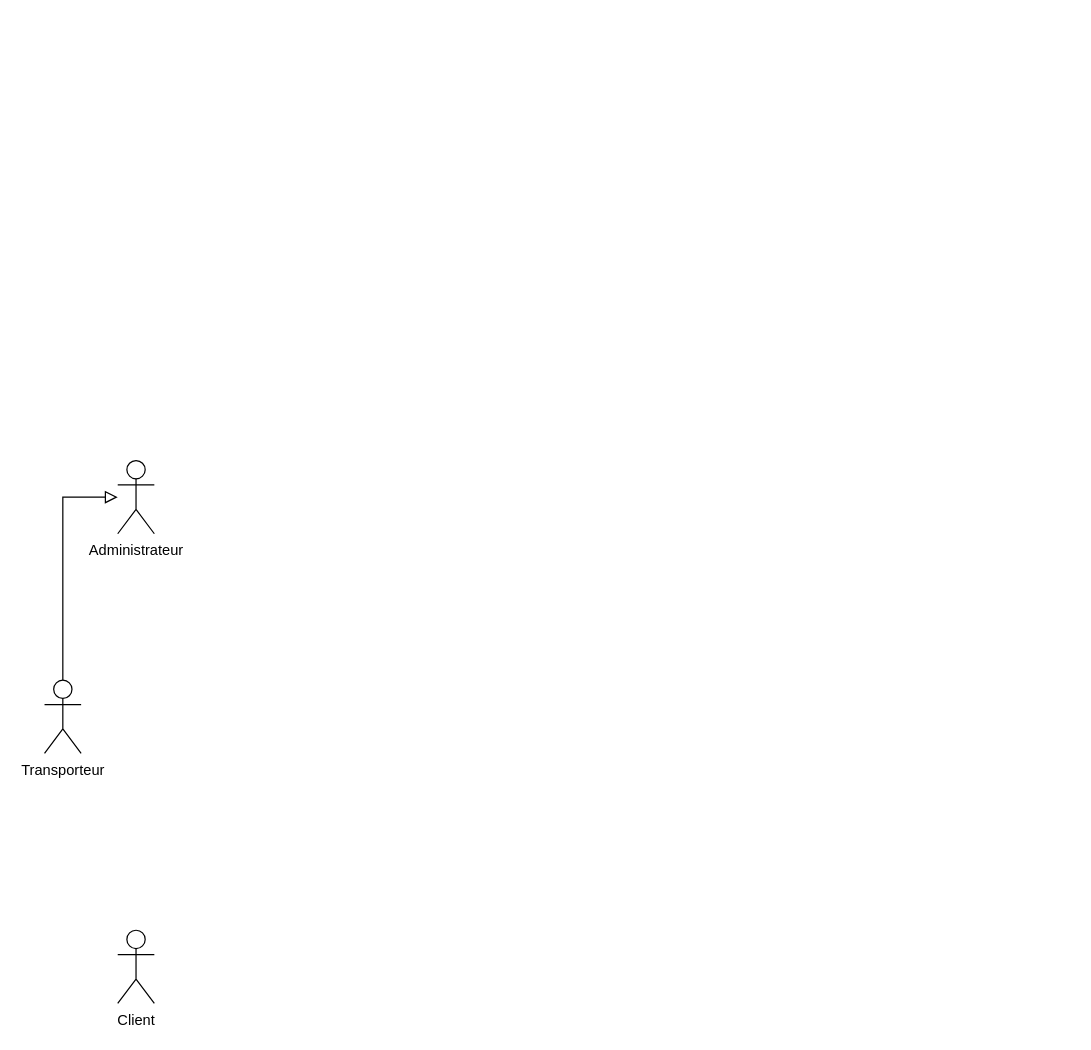
kbvac/Diagramme-UML keeps this draw.io diagram as Diagrame-projet-fin-etude.drawio. Above is the earlier version. Source tidied: cells renumbered, new cells numbered last; positions are measured from the earlier drawing's top-left corner, leaving out a move shared by most shapes. Both pictures are drawn from the tidied source at 122%, with x=0, y=0 at pixel (44, 460).
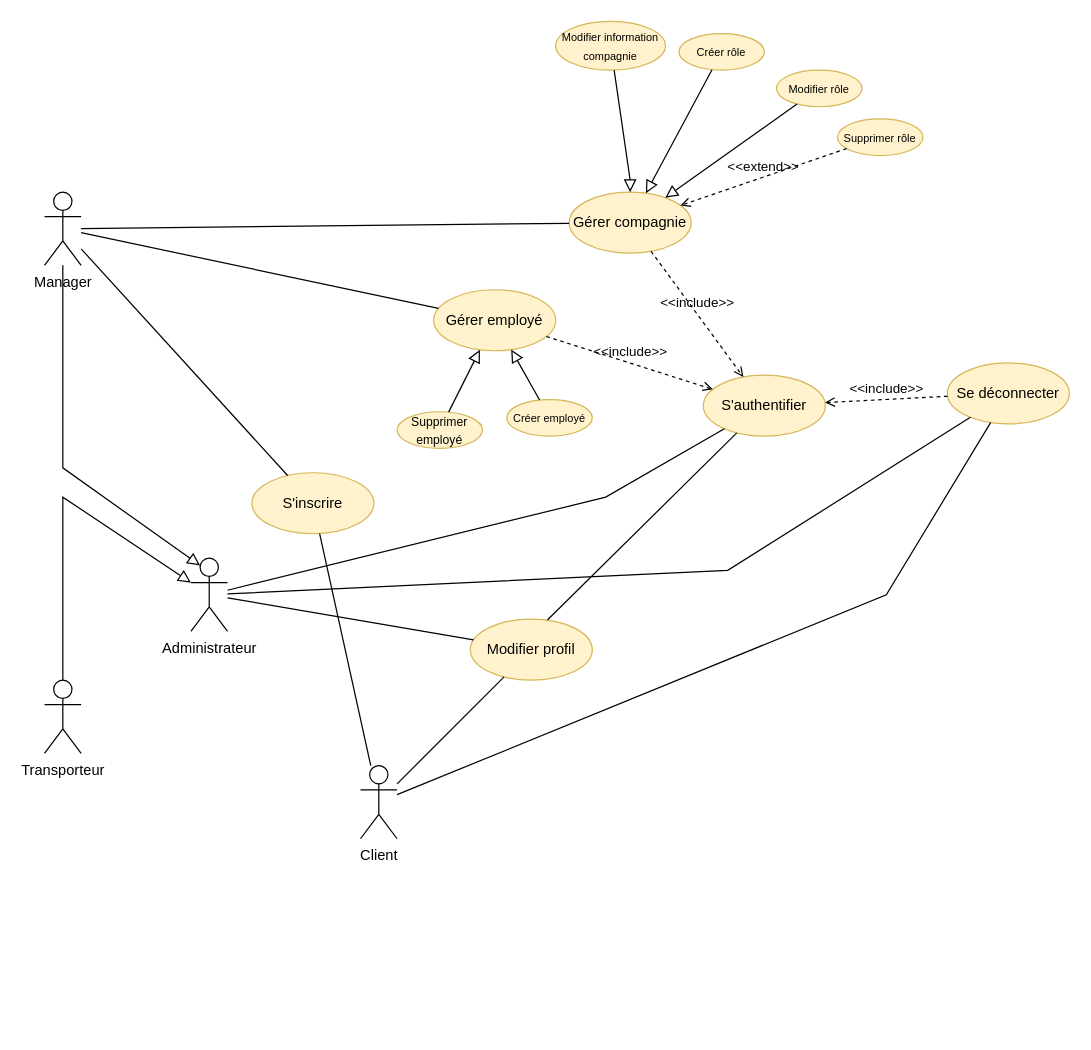
Above is the later version.

Commit message (it also covers changes not shown here):
Mettre à jour Diagrame-projet-fin-etude.drawio

What changed in the source:
```diff
@@
     <mxCell id="2" value="Administrateur" style="shape=umlActor;verticalLabelPosition=bottom;verticalAlign=top;html=1;outlineConnect=0;" parent="1" vertex="1">
-      <mxGeometry x="60" width="30" height="60" as="geometry" />
+      <mxGeometry x="120" y="80" width="30" height="60" as="geometry" />
     </mxCell>
@@
     <mxCell id="6" value="Client" style="shape=umlActor;verticalLabelPosition=bottom;verticalAlign=top;html=1;" parent="1" vertex="1">
-      <mxGeometry x="60" y="385" width="30" height="60" as="geometry" />
+      <mxGeometry x="259" y="250" width="30" height="60" as="geometry" />
     </mxCell>
+    <mxCell id="7" value="S'authentifier" style="ellipse;html=1;whiteSpace=wrap;fillColor=#fff2cc;strokeColor=#d6b656;" parent="1" vertex="1">
+      <mxGeometry x="540" y="-70" width="100" height="50" as="geometry" />
+    </mxCell>
+    <mxCell id="8" value="Manager" style="shape=umlActor;verticalLabelPosition=bottom;verticalAlign=top;html=1;outlineConnect=0;" parent="1" vertex="1">
+      <mxGeometry y="-220" width="30" height="60" as="geometry" />
+    </mxCell>
+    <mxCell id="9" style="endArrow=block;html=1;rounded=0;align=center;verticalAlign=bottom;endFill=0;labelBackgroundColor=none;endSize=8;entryX=0.25;entryY=0.1;entryDx=0;entryDy=0;entryPerimeter=0;" parent="1" edge="1" source="8" target="2">
+      <mxGeometry relative="1" as="geometry">
+        <Array as="points">
+          <mxPoint x="15" y="6" />
+        </Array>
+      </mxGeometry>
+    </mxCell>
+    <mxCell id="10" style="html=1;align=center;verticalAlign=top;labelBackgroundColor=none;" parent="9" vertex="1">
+      <mxGeometry relative="1" as="geometry" />
+    </mxCell>
+    <mxCell id="11" style="endArrow=none;startArrow=none;endFill=0;startFill=0;endSize=8;html=1;verticalAlign=bottom;labelBackgroundColor=none;strokeWidth=1;rounded=0;" parent="1" edge="1" source="2" target="7">
+      <mxGeometry relative="1" as="geometry">
+        <Array as="points">
+          <mxPoint x="460" y="30" />
+        </Array>
+      </mxGeometry>
+    </mxCell>
+    <mxCell id="12" value="S'inscrire" style="ellipse;html=1;whiteSpace=wrap;fillColor=#fff2cc;strokeColor=#d6b656;" parent="1" vertex="1">
+      <mxGeometry x="170" y="10" width="100" height="50" as="geometry" />
+    </mxCell>
+    <mxCell id="13" style="endArrow=none;startArrow=none;endFill=0;startFill=0;endSize=8;html=1;verticalAlign=bottom;labelBackgroundColor=none;strokeWidth=1;rounded=0;" parent="1" edge="1" source="8" target="12">
+      <mxGeometry relative="1" as="geometry" />
+    </mxCell>
+    <mxCell id="14" style="endArrow=none;startArrow=none;endFill=0;startFill=0;endSize=8;html=1;verticalAlign=bottom;labelBackgroundColor=none;strokeWidth=1;rounded=0;" parent="1" edge="1" source="6" target="12">
+      <mxGeometry relative="1" as="geometry" />
+    </mxCell>
+    <mxCell id="15" value="Se déconnecter" style="ellipse;html=1;whiteSpace=wrap;fillColor=#fff2cc;strokeColor=#d6b656;" parent="1" vertex="1">
+      <mxGeometry x="740" y="-80" width="100" height="50" as="geometry" />
+    </mxCell>
+    <mxCell id="16" style="endArrow=none;startArrow=none;endFill=0;startFill=0;endSize=8;html=1;verticalAlign=bottom;labelBackgroundColor=none;strokeWidth=1;rounded=0;" parent="1" edge="1" source="6" target="15">
+      <mxGeometry relative="1" as="geometry">
+        <Array as="points">
+          <mxPoint x="690" y="110" />
+        </Array>
+      </mxGeometry>
+    </mxCell>
+    <mxCell id="17" value="&amp;lt;&amp;lt;include&amp;gt;&amp;gt;" style="html=1;verticalAlign=bottom;labelBackgroundColor=none;endArrow=open;endFill=0;dashed=1;rounded=0;" parent="1" edge="1" source="15" target="7">
+      <mxGeometry relative="1" as="geometry" />
+    </mxCell>
+    <mxCell id="18" style="endArrow=none;startArrow=none;endFill=0;startFill=0;endSize=8;html=1;verticalAlign=bottom;labelBackgroundColor=none;strokeWidth=1;rounded=0;" parent="1" edge="1" source="2" target="15">
+      <mxGeometry relative="1" as="geometry">
+        <Array as="points">
+          <mxPoint x="560" y="90" />
+        </Array>
+      </mxGeometry>
+    </mxCell>
+    <mxCell id="19" value="Gérer compagnie" style="ellipse;html=1;whiteSpace=wrap;fillColor=#fff2cc;strokeColor=#d6b656;" parent="1" vertex="1">
+      <mxGeometry x="430" y="-220" width="100" height="50" as="geometry" />
+    </mxCell>
+    <mxCell id="20" style="endArrow=none;startArrow=none;endFill=0;startFill=0;endSize=8;html=1;verticalAlign=bottom;labelBackgroundColor=none;strokeWidth=1;rounded=0;" parent="1" edge="1" source="8" target="19">
+      <mxGeometry relative="1" as="geometry" />
+    </mxCell>
+    <mxCell id="21" value="&amp;lt;&amp;lt;include&amp;gt;&amp;gt;" style="html=1;verticalAlign=bottom;labelBackgroundColor=none;endArrow=open;endFill=0;dashed=1;rounded=0;" parent="1" edge="1" source="19" target="7">
+      <mxGeometry relative="1" as="geometry" />
+    </mxCell>
+    <mxCell id="22" value="&lt;font style=&quot;font-size: 9px;&quot;&gt;Modifier information compagnie&lt;/font&gt;" style="ellipse;html=1;whiteSpace=wrap;fillColor=#fff2cc;strokeColor=#d6b656;" parent="1" vertex="1">
+      <mxGeometry x="419" y="-360" width="90" height="40" as="geometry" />
+    </mxCell>
+    <mxCell id="23" style="endArrow=block;html=1;rounded=0;align=center;verticalAlign=bottom;endFill=0;labelBackgroundColor=none;endSize=8;" parent="1" edge="1" source="22" target="19">
+      <mxGeometry relative="1" as="geometry">
+        <Array as="points">
+          <mxPoint x="480" y="-230" />
+        </Array>
+      </mxGeometry>
+    </mxCell>
+    <mxCell id="24" style="html=1;align=center;verticalAlign=top;labelBackgroundColor=none;" parent="23" vertex="1">
+      <mxGeometry relative="1" as="geometry" />
+    </mxCell>
+    <mxCell id="25" value="Modifier profil" style="ellipse;html=1;whiteSpace=wrap;fillColor=#fff2cc;strokeColor=#d6b656;" parent="1" vertex="1">
+      <mxGeometry x="349" y="130" width="100" height="50" as="geometry" />
+    </mxCell>
+    <mxCell id="26" style="endArrow=none;startArrow=none;endFill=0;startFill=0;endSize=8;html=1;verticalAlign=bottom;labelBackgroundColor=none;strokeWidth=1;rounded=0;" parent="1" edge="1" source="2" target="25">
+      <mxGeometry relative="1" as="geometry" />
+    </mxCell>
+    <mxCell id="27" style="endArrow=none;startArrow=none;endFill=0;startFill=0;endSize=8;html=1;verticalAlign=bottom;labelBackgroundColor=none;strokeWidth=1;rounded=0;" parent="1" edge="1" source="6" target="25">
+      <mxGeometry relative="1" as="geometry" />
+    </mxCell>
+    <mxCell id="28" value="&lt;font style=&quot;font-size: 9px;&quot;&gt;Créer rôle&lt;/font&gt;" style="ellipse;html=1;whiteSpace=wrap;fillColor=#fff2cc;strokeColor=#d6b656;" parent="1" vertex="1">
+      <mxGeometry x="520" y="-350" width="70" height="30" as="geometry" />
+    </mxCell>
+    <mxCell id="29" style="endArrow=block;html=1;rounded=0;align=center;verticalAlign=bottom;endFill=0;labelBackgroundColor=none;endSize=8;" parent="1" edge="1" source="28" target="19">
+      <mxGeometry relative="1" as="geometry" />
+    </mxCell>
+    <mxCell id="30" style="html=1;align=center;verticalAlign=top;labelBackgroundColor=none;" parent="29" vertex="1">
+      <mxGeometry relative="1" as="geometry" />
+    </mxCell>
+    <mxCell id="31" value="Gérer employé" style="ellipse;html=1;whiteSpace=wrap;fillColor=#fff2cc;strokeColor=#d6b656;" parent="1" vertex="1">
+      <mxGeometry x="319" y="-140" width="100" height="50" as="geometry" />
+    </mxCell>
+    <mxCell id="32" style="endArrow=none;startArrow=none;endFill=0;startFill=0;endSize=8;html=1;verticalAlign=bottom;labelBackgroundColor=none;strokeWidth=1;rounded=0;" parent="1" edge="1" source="8" target="31">
+      <mxGeometry relative="1" as="geometry" />
+    </mxCell>
+    <mxCell id="33" value="&amp;lt;&amp;lt;include&amp;gt;&amp;gt;" style="html=1;verticalAlign=bottom;labelBackgroundColor=none;endArrow=open;endFill=0;dashed=1;rounded=0;" parent="1" edge="1" source="31" target="7">
+      <mxGeometry relative="1" as="geometry" />
+    </mxCell>
+    <mxCell id="34" value="&lt;font style=&quot;font-size: 9px;&quot;&gt;Modifier rôle&lt;/font&gt;" style="ellipse;html=1;whiteSpace=wrap;fillColor=#fff2cc;strokeColor=#d6b656;" parent="1" vertex="1">
+      <mxGeometry x="600" y="-320" width="70" height="30" as="geometry" />
+    </mxCell>
+    <mxCell id="35" value="&lt;font style=&quot;font-size: 9px;&quot;&gt;Supprimer rôle&lt;/font&gt;" style="ellipse;html=1;whiteSpace=wrap;fillColor=#fff2cc;strokeColor=#d6b656;" parent="1" vertex="1">
+      <mxGeometry x="650" y="-280" width="70" height="30" as="geometry" />
+    </mxCell>
+    <mxCell id="36" style="endArrow=block;html=1;rounded=0;align=center;verticalAlign=bottom;endFill=0;labelBackgroundColor=none;endSize=8;" parent="1" edge="1" source="34" target="19">
+      <mxGeometry relative="1" as="geometry" />
+    </mxCell>
+    <mxCell id="37" style="html=1;align=center;verticalAlign=top;labelBackgroundColor=none;" parent="36" vertex="1">
+      <mxGeometry relative="1" as="geometry" />
+    </mxCell>
+    <mxCell id="38" value="&amp;lt;&amp;lt;extend&amp;gt;&amp;gt;" style="html=1;verticalAlign=bottom;labelBackgroundColor=none;endArrow=open;endFill=0;dashed=1;rounded=0;" parent="1" edge="1" source="35" target="19">
+      <mxGeometry relative="1" as="geometry" />
+    </mxCell>
+    <mxCell id="39" value="&lt;font style=&quot;font-size: 9px;&quot;&gt;Créer employé&lt;/font&gt;" style="ellipse;html=1;whiteSpace=wrap;fillColor=#fff2cc;strokeColor=#d6b656;" parent="1" vertex="1">
+      <mxGeometry x="379" y="-50" width="70" height="30" as="geometry" />
+    </mxCell>
+    <mxCell id="40" value="&lt;font size=&quot;1&quot;&gt;Supprimer employé&lt;/font&gt;" style="ellipse;html=1;whiteSpace=wrap;fillColor=#fff2cc;strokeColor=#d6b656;" parent="1" vertex="1">
+      <mxGeometry x="289" y="-40" width="70" height="30" as="geometry" />
+    </mxCell>
+    <mxCell id="41" style="endArrow=block;html=1;rounded=0;align=center;verticalAlign=bottom;endFill=0;labelBackgroundColor=none;endSize=8;" parent="1" edge="1" source="40" target="31">
+      <mxGeometry relative="1" as="geometry" />
+    </mxCell>
+    <mxCell id="42" style="html=1;align=center;verticalAlign=top;labelBackgroundColor=none;" parent="41" vertex="1">
+      <mxGeometry relative="1" as="geometry" />
+    </mxCell>
+    <mxCell id="43" style="endArrow=block;html=1;rounded=0;align=center;verticalAlign=bottom;endFill=0;labelBackgroundColor=none;endSize=8;" parent="1" edge="1" source="39" target="31">
+      <mxGeometry relative="1" as="geometry" />
+    </mxCell>
+    <mxCell id="44" style="html=1;align=center;verticalAlign=top;labelBackgroundColor=none;" parent="43" vertex="1">
+      <mxGeometry relative="1" as="geometry" />
+    </mxCell>
+    <mxCell id="45" style="endArrow=none;startArrow=none;endFill=0;startFill=0;endSize=8;html=1;verticalAlign=bottom;labelBackgroundColor=none;strokeWidth=1;rounded=0;exitX=0.632;exitY=0.014;exitDx=0;exitDy=0;exitPerimeter=0;" parent="1" edge="1" source="25" target="7">
+      <mxGeometry relative="1" as="geometry" />
+    </mxCell>
```
